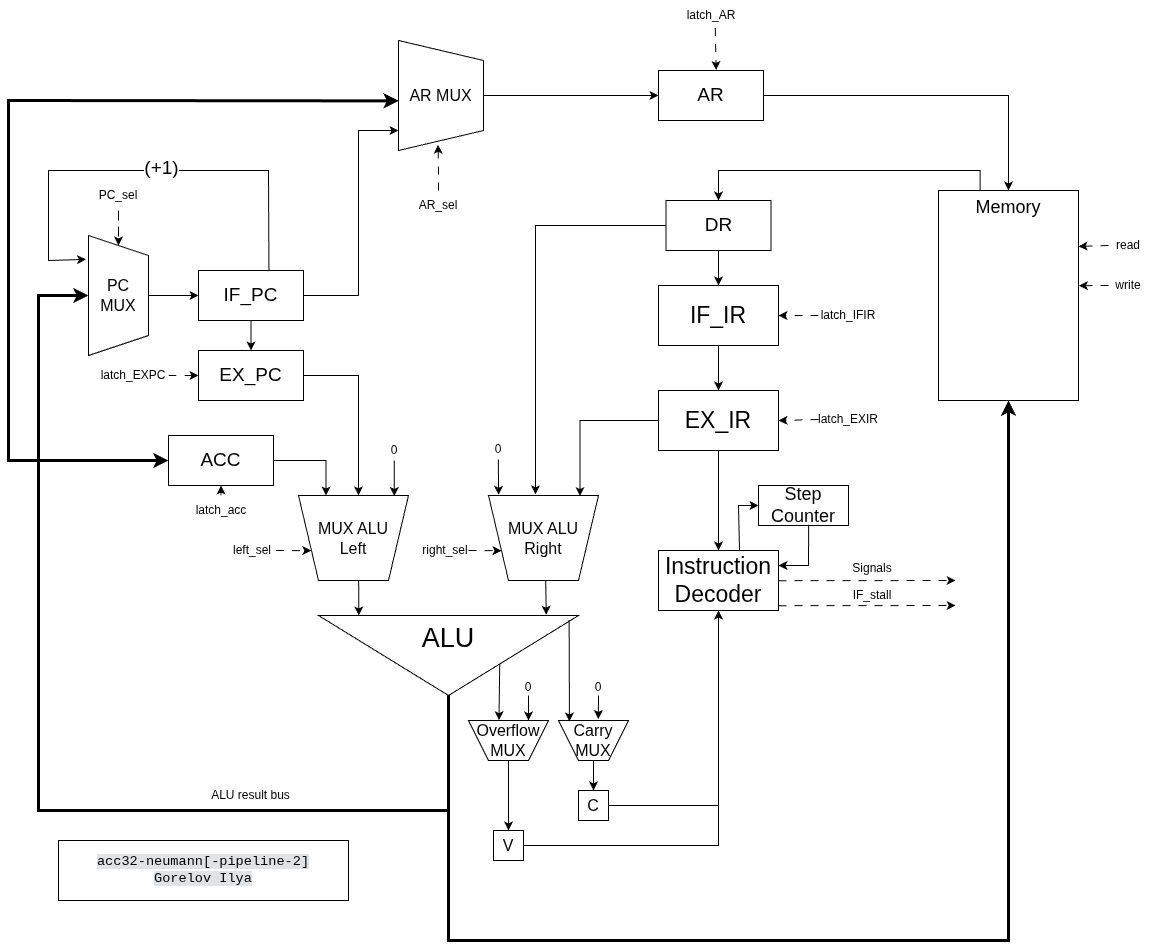
IlyaGorelov/itmo keeps this draw.io diagram as ca/3/ca_scheme.drawio.png. Above is the earlier version. Source tidied: cells renumbered, new cells last; positions are measured from the earlier drawing's top-left corner, leaving out a move shared by most shapes.
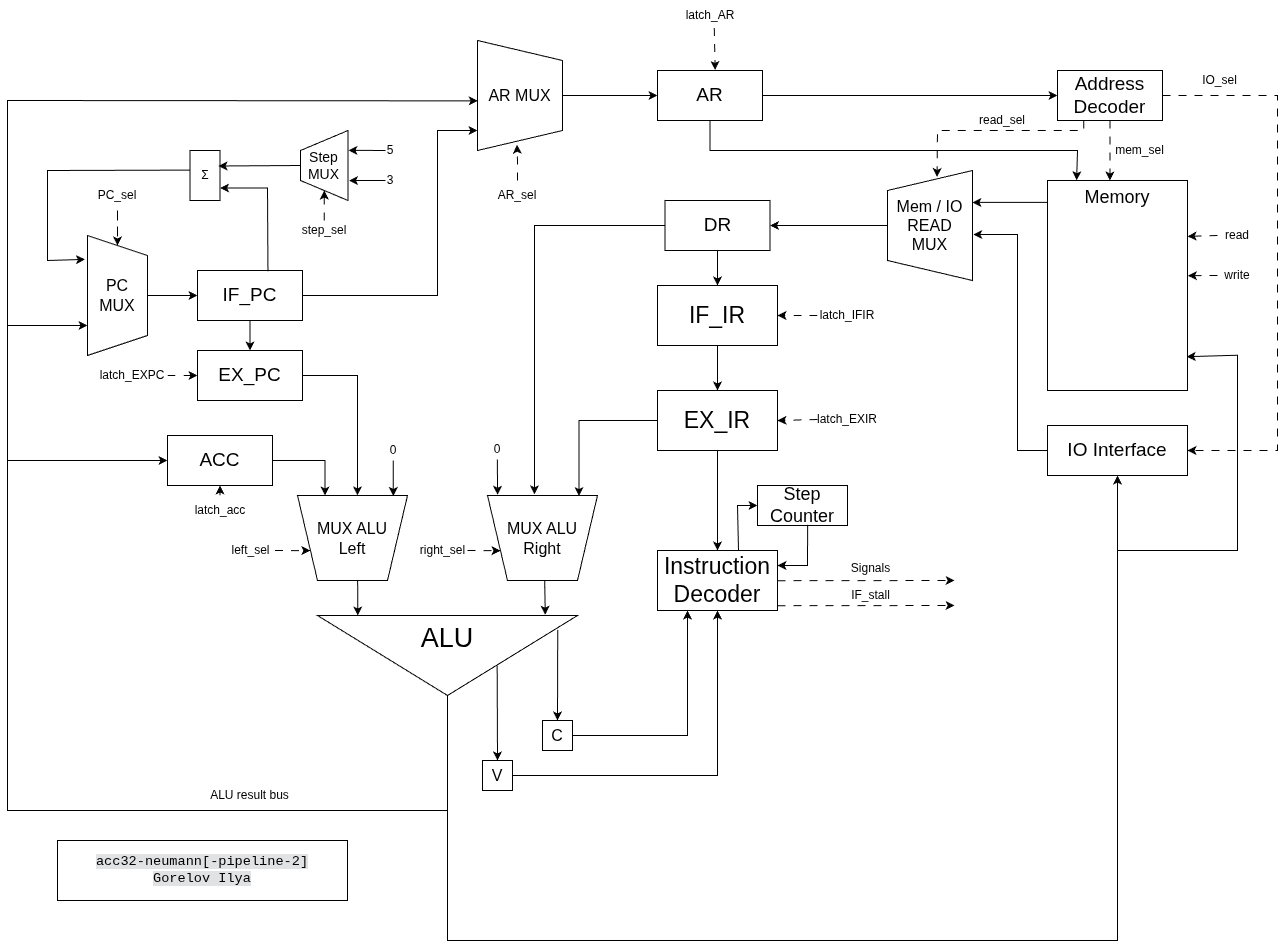
The same file after the commit.

Commit message:
ca3: scheme add Address Decoder & add PC summator

Diff of the diagram source:
```diff
@@ -7,7 +7,4 @@
     </mxCell>
-    <mxCell id="3" style="edgeStyle=orthogonalEdgeStyle;rounded=0;jettySize=auto;html=1;entryX=0.5;entryY=0;entryDx=0;entryDy=0;exitX=0.297;exitY=0.002;exitDx=0;exitDy=0;exitPerimeter=0;" parent="1" edge="1" source="4" target="5">
-      <mxGeometry x="0.54" relative="1" as="geometry" />
-    </mxCell>
     <mxCell id="4" value="Memory" style="rounded=0;whiteSpace=wrap;html=1;verticalAlign=top;fontSize=18;" parent="1" vertex="1">
-      <mxGeometry x="930" y="190" width="140" height="210" as="geometry" />
+      <mxGeometry x="1040" y="180" width="140" height="210" as="geometry" />
     </mxCell>
@@ -31,5 +28,2 @@
     </mxCell>
-    <mxCell id="11" style="edgeStyle=orthogonalEdgeStyle;rounded=0;jettySize=auto;html=1;exitX=1;exitY=0.5;exitDx=0;exitDy=0;entryX=0.5;entryY=0;entryDx=0;entryDy=0;" parent="1" edge="1" source="12" target="4">
-      <mxGeometry relative="1" as="geometry" />
-    </mxCell>
     <mxCell id="12" value="&lt;font style=&quot;font-size: 19px;&quot;&gt;AR&lt;/font&gt;" style="rounded=0;whiteSpace=wrap;html=1;direction=east;" parent="1" vertex="1">
@@ -43,6 +37,5 @@
     </mxCell>
-    <mxCell id="15" style="endArrow=classic;html=1;rounded=0;exitX=0.671;exitY=0.014;exitDx=0;exitDy=0;entryX=0.199;entryY=1.042;entryDx=0;entryDy=0;entryPerimeter=0;exitPerimeter=0;" parent="1" edge="1" source="13" target="14">
+    <mxCell id="15" style="endArrow=classic;html=1;rounded=0;exitX=0.057;exitY=0.392;exitDx=0;exitDy=0;entryX=0.199;entryY=1.042;entryDx=0;entryDy=0;entryPerimeter=0;exitPerimeter=0;" parent="1" edge="1" source="102" target="14">
       <mxGeometry x="0.05" relative="1" as="geometry">
         <Array as="points">
-          <mxPoint x="260" y="170" />
           <mxPoint x="40" y="170" />
@@ -52,7 +45,2 @@
     </mxCell>
-    <mxCell id="16" value="&lt;font style=&quot;font-size: 19px;&quot;&gt;(+1)&lt;/font&gt;" style="edgeLabel;html=1;align=center;verticalAlign=middle;" parent="15" vertex="1">
-      <mxGeometry x="0.34" y="2" relative="1" as="geometry">
-        <mxPoint x="92" y="-5" as="offset" />
-      </mxGeometry>
-    </mxCell>
     <mxCell id="17" style="endArrow=classic;html=1;rounded=0;exitX=0.5;exitY=0;exitDx=0;exitDy=0;entryX=0;entryY=0.5;entryDx=0;entryDy=0;" parent="1" edge="1" source="14" target="13">
@@ -61,3 +49,3 @@
     <mxCell id="18" value="AR MUX" style="shape=trapezoid;perimeter=trapezoidPerimeter;whiteSpace=wrap;html=1;shapeInside=1;fixedSize=1;rotation=0;horizontal=1;fontSize=16;textDirection=ltr;direction=south;" parent="1" vertex="1">
-      <mxGeometry x="390" y="40" width="85" height="110" as="geometry" />
+      <mxGeometry x="470" y="40" width="85" height="110" as="geometry" />
     </mxCell>
@@ -93,3 +81,3 @@
     <mxCell id="28" value="AR_sel" style="text;html=1;whiteSpace=wrap;strokeColor=none;fillColor=none;align=center;verticalAlign=middle;rounded=0;" parent="1" vertex="1">
-      <mxGeometry x="400" y="190" width="60" height="30" as="geometry" />
+      <mxGeometry x="480" y="180" width="60" height="30" as="geometry" />
     </mxCell>
@@ -104,4 +92,4 @@
         <Array as="points">
-          <mxPoint x="350" y="295" />
-          <mxPoint x="350" y="130" />
+          <mxPoint x="430" y="295" />
+          <mxPoint x="430" y="130" />
         </Array>
@@ -109,3 +97,3 @@
     </mxCell>
-    <mxCell id="32" style="endArrow=classic;html=1;rounded=0;entryX=0.549;entryY=0.997;entryDx=0;entryDy=0;strokeWidth=3;entryPerimeter=0;" parent="1" edge="1" target="18">
+    <mxCell id="32" style="endArrow=classic;html=1;rounded=0;entryX=0.549;entryY=0.997;entryDx=0;entryDy=0;strokeWidth=1;entryPerimeter=0;" parent="1" edge="1" target="18">
       <mxGeometry x="0.03" relative="1" as="geometry">
@@ -118,3 +106,3 @@
     </mxCell>
-    <mxCell id="33" style="endArrow=classic;html=1;rounded=0;exitX=1;exitY=0.5;exitDx=0;exitDy=0;entryX=0;entryY=0.5;entryDx=0;entryDy=0;strokeWidth=3;" parent="1" edge="1" source="2" target="20">
+    <mxCell id="33" style="endArrow=classic;html=1;rounded=0;exitX=1;exitY=0.5;exitDx=0;exitDy=0;entryX=0;entryY=0.5;entryDx=0;entryDy=0;strokeWidth=1;" parent="1" edge="1" source="2" target="20">
       <mxGeometry x="0.33" relative="1" as="geometry">
@@ -122,4 +110,4 @@
           <mxPoint x="440" y="810" />
-          <mxPoint x="30" y="810" />
-          <mxPoint x="30" y="460" />
+          <mxPoint y="810" />
+          <mxPoint y="460" />
         </Array>
@@ -135,7 +123,8 @@
     </mxCell>
-    <mxCell id="36" style="endArrow=classic;html=1;rounded=0;exitX=1;exitY=0.5;exitDx=0;exitDy=0;entryX=0.5;entryY=1;entryDx=0;entryDy=0;strokeWidth=3;" parent="1" edge="1" source="2" target="4">
-      <mxGeometry x="0.04" relative="1" as="geometry">
+    <mxCell id="36" style="endArrow=classic;html=1;rounded=0;strokeWidth=1;endSize=6;entryX=0.5;entryY=1;entryDx=0;entryDy=0;" parent="1" edge="1" target="88">
+      <mxGeometry x="0.01" relative="1" as="geometry">
+        <mxPoint x="440" y="800" as="sourcePoint" />
         <Array as="points">
           <mxPoint x="440" y="940" />
-          <mxPoint x="1000" y="940" />
+          <mxPoint x="1110" y="940" />
         </Array>
@@ -144,50 +133,16 @@
     <mxCell id="37" value="V" style="rounded=0;whiteSpace=wrap;html=1;fontSize=16;" parent="1" vertex="1">
-      <mxGeometry x="485" y="830" width="30" height="30" as="geometry" />
+      <mxGeometry x="475" y="760" width="30" height="30" as="geometry" />
     </mxCell>
-    <mxCell id="38" style="edgeStyle=orthogonalEdgeStyle;rounded=0;jettySize=auto;html=1;endArrow=none;endFill=0;" parent="1" edge="1" source="39">
-      <mxGeometry relative="1" as="geometry">
-        <mxPoint x="710" y="805" as="targetPoint" />
-      </mxGeometry>
+    <mxCell id="38" style="edgeStyle=orthogonalEdgeStyle;rounded=0;jettySize=auto;html=1;endArrow=classic;endFill=1;entryX=0.25;entryY=1;entryDx=0;entryDy=0;" parent="1" edge="1" source="39" target="57">
+      <mxGeometry x="-0.6" relative="1" as="geometry" />
     </mxCell>
     <mxCell id="39" value="C" style="rounded=0;whiteSpace=wrap;html=1;fontSize=16;" parent="1" vertex="1">
-      <mxGeometry x="570" y="790" width="30" height="30" as="geometry" />
+      <mxGeometry x="535" y="720" width="30" height="30" as="geometry" />
     </mxCell>
-    <mxCell id="40" style="edgeStyle=orthogonalEdgeStyle;rounded=0;jettySize=auto;html=1;entryX=0.5;entryY=0;entryDx=0;entryDy=0;" parent="1" edge="1" source="41" target="37">
-      <mxGeometry relative="1" as="geometry" />
-    </mxCell>
-    <mxCell id="41" value="Overflow&lt;div&gt;MUX&lt;/div&gt;" style="shape=trapezoid;perimeter=trapezoidPerimeter;whiteSpace=wrap;html=1;shapeInside=1;fixedSize=1;rotation=0;horizontal=1;fontSize=16;textDirection=ltr;direction=west;" parent="1" vertex="1">
-      <mxGeometry x="460" y="720" width="80" height="40" as="geometry" />
-    </mxCell>
-    <mxCell id="42" style="endArrow=classic;html=1;rounded=0;exitX=0.612;exitY=0.303;exitDx=0;exitDy=0;exitPerimeter=0;entryX=0.619;entryY=1.007;entryDx=0;entryDy=0;entryPerimeter=0;" parent="1" edge="1" source="2" target="41">
+    <mxCell id="42" style="endArrow=classic;html=1;rounded=0;exitX=0.627;exitY=0.309;exitDx=0;exitDy=0;exitPerimeter=0;entryX=0.5;entryY=0;entryDx=0;entryDy=0;" parent="1" edge="1" source="2" target="37">
       <mxGeometry relative="1" as="geometry" />
     </mxCell>
-    <mxCell id="43" style="endArrow=classic;html=1;rounded=0;entryX=0.25;entryY=1;entryDx=0;entryDy=0;exitX=0.5;exitY=1;exitDx=0;exitDy=0;" parent="1" edge="1" source="44" target="41">
-      <mxGeometry relative="1" as="geometry" />
-    </mxCell>
-    <mxCell id="44" value="0" style="text;html=1;whiteSpace=wrap;strokeColor=none;fillColor=none;align=center;verticalAlign=middle;rounded=0;" parent="1" vertex="1">
-      <mxGeometry x="510" y="679" width="20" height="16" as="geometry" />
-    </mxCell>
-    <mxCell id="45" style="edgeStyle=orthogonalEdgeStyle;rounded=0;jettySize=auto;html=1;entryX=0.5;entryY=0;entryDx=0;entryDy=0;" parent="1" edge="1" source="46" target="39">
-      <mxGeometry relative="1" as="geometry" />
-    </mxCell>
-    <mxCell id="46" value="Carry&lt;div&gt;MUX&lt;/div&gt;" style="shape=trapezoid;perimeter=trapezoidPerimeter;whiteSpace=wrap;html=1;shapeInside=1;fixedSize=1;rotation=0;horizontal=1;fontSize=16;textDirection=ltr;direction=west;" parent="1" vertex="1">
-      <mxGeometry x="550" y="720" width="70" height="40" as="geometry" />
-    </mxCell>
-    <mxCell id="47" style="endArrow=classic;html=1;rounded=0;exitX=0.056;exitY=0.036;exitDx=0;exitDy=0;exitPerimeter=0;entryX=0.844;entryY=0.973;entryDx=0;entryDy=0;entryPerimeter=0;" parent="1" edge="1" source="2" target="46">
+    <mxCell id="47" style="endArrow=classic;html=1;rounded=0;exitX=0.179;exitY=0.076;exitDx=0;exitDy=0;exitPerimeter=0;entryX=0.5;entryY=0;entryDx=0;entryDy=0;" parent="1" edge="1" source="2" target="39">
       <mxGeometry relative="1" as="geometry" />
     </mxCell>
-    <mxCell id="48" style="endArrow=classic;html=1;rounded=0;entryX=0.431;entryY=1.036;entryDx=0;entryDy=0;exitX=0.5;exitY=1;exitDx=0;exitDy=0;entryPerimeter=0;" parent="1" edge="1" source="49" target="46">
-      <mxGeometry relative="1" as="geometry" />
-    </mxCell>
-    <mxCell id="49" value="0" style="text;html=1;whiteSpace=wrap;strokeColor=none;fillColor=none;align=center;verticalAlign=middle;rounded=0;" parent="1" vertex="1">
-      <mxGeometry x="580" y="679" width="20" height="16" as="geometry" />
-    </mxCell>
-    <mxCell id="50" style="endArrow=classic;html=1;rounded=0;entryX=0.5;entryY=1;entryDx=0;entryDy=0;strokeWidth=3;" parent="1" edge="1" target="14">
-      <mxGeometry x="-0.11" relative="1" as="geometry">
-        <mxPoint x="30" y="500" as="sourcePoint" />
-        <Array as="points">
-          <mxPoint x="30" y="295" />
-        </Array>
-      </mxGeometry>
-    </mxCell>
     <mxCell id="51" style="endArrow=classic;html=1;rounded=0;entryX=0.5;entryY=1;entryDx=0;entryDy=0;dashed=1;dashPattern=8 8;exitX=0.5;exitY=0;exitDx=0;exitDy=0;" parent="1" edge="1" source="52" target="20">
@@ -202,3 +157,3 @@
     <mxCell id="54" value="write" style="text;html=1;whiteSpace=wrap;strokeColor=none;fillColor=none;align=center;verticalAlign=middle;rounded=0;" parent="1" vertex="1">
-      <mxGeometry x="1100" y="270" width="40" height="30" as="geometry" />
+      <mxGeometry x="1210" y="260" width="40" height="30" as="geometry" />
     </mxCell>
@@ -237,3 +192,3 @@
     <mxCell id="63" value="read" style="text;html=1;whiteSpace=wrap;strokeColor=none;fillColor=none;align=center;verticalAlign=middle;rounded=0;" parent="1" vertex="1">
-      <mxGeometry x="1100" y="230" width="40" height="30" as="geometry" />
+      <mxGeometry x="1210" y="220" width="40" height="30" as="geometry" />
     </mxCell>
@@ -288,3 +243,3 @@
         <Array as="points">
-          <mxPoint x="710" y="845" />
+          <mxPoint x="710" y="775" />
         </Array>
@@ -319,2 +274,112 @@
     </mxCell>
+    <mxCell id="86" style="edgeStyle=orthogonalEdgeStyle;rounded=0;jettySize=auto;html=1;exitX=1;exitY=0.5;exitDx=0;exitDy=0;" parent="1" edge="1" source="12" target="87">
+      <mxGeometry relative="1" as="geometry" />
+    </mxCell>
+    <mxCell id="87" value="&lt;font style=&quot;font-size: 19px;&quot;&gt;Address&lt;/font&gt;&lt;div&gt;&lt;font style=&quot;font-size: 19px;&quot;&gt;Decoder&lt;/font&gt;&lt;/div&gt;" style="rounded=0;whiteSpace=wrap;html=1;direction=east;" parent="1" vertex="1">
+      <mxGeometry x="1050" y="70" width="105" height="50" as="geometry" />
+    </mxCell>
+    <mxCell id="88" value="&lt;span style=&quot;font-size: 19px;&quot;&gt;IO&amp;nbsp;&lt;/span&gt;&lt;span style=&quot;font-size: 19px; background-color: transparent; color: light-dark(rgb(0, 0, 0), rgb(255, 255, 255));&quot;&gt;Interface&lt;/span&gt;" style="rounded=0;whiteSpace=wrap;html=1;direction=east;" parent="1" vertex="1">
+      <mxGeometry x="1040" y="425" width="140" height="50" as="geometry" />
+    </mxCell>
+    <mxCell id="89" value="Mem /&amp;nbsp;&lt;span style=&quot;background-color: transparent; color: light-dark(rgb(0, 0, 0), rgb(255, 255, 255));&quot;&gt;IO&lt;/span&gt;&lt;div&gt;READ&lt;/div&gt;&lt;div&gt;MUX&lt;/div&gt;" style="shape=trapezoid;perimeter=trapezoidPerimeter;whiteSpace=wrap;html=1;shapeInside=1;fixedSize=1;rotation=0;horizontal=1;fontSize=16;textDirection=ltr;direction=north;" parent="1" vertex="1">
+      <mxGeometry x="880" y="170" width="85" height="110" as="geometry" />
+    </mxCell>
+    <mxCell id="90" style="endArrow=classic;html=1;rounded=0;entryX=0.71;entryY=0.999;entryDx=0;entryDy=0;exitX=0;exitY=0.104;exitDx=0;exitDy=0;exitPerimeter=0;entryPerimeter=0;" parent="1" edge="1" source="4" target="89">
+      <mxGeometry relative="1" as="geometry" />
+    </mxCell>
+    <mxCell id="91" style="endArrow=classic;html=1;rounded=0;entryX=1;entryY=0.5;entryDx=0;entryDy=0;exitX=0.5;exitY=0;exitDx=0;exitDy=0;" parent="1" edge="1" source="89" target="5">
+      <mxGeometry relative="1" as="geometry" />
+    </mxCell>
+    <mxCell id="92" style="endArrow=classic;html=1;rounded=0;entryX=0.418;entryY=1.008;entryDx=0;entryDy=0;entryPerimeter=0;exitX=0;exitY=0.5;exitDx=0;exitDy=0;" parent="1" edge="1" source="88" target="89">
+      <mxGeometry relative="1" as="geometry">
+        <Array as="points">
+          <mxPoint x="1010" y="450" />
+          <mxPoint x="1010" y="234" />
+        </Array>
+      </mxGeometry>
+    </mxCell>
+    <mxCell id="93" value="read_sel" style="text;html=1;whiteSpace=wrap;strokeColor=none;fillColor=none;align=center;verticalAlign=middle;rounded=0;" parent="1" vertex="1">
+      <mxGeometry x="965" y="110" width="60" height="20" as="geometry" />
+    </mxCell>
+    <mxCell id="94" style="endArrow=classic;html=1;rounded=0;entryX=0.941;entryY=0.583;entryDx=0;entryDy=0;exitX=0.25;exitY=1;exitDx=0;exitDy=0;dashed=1;dashPattern=8 8;entryPerimeter=0;" parent="1" edge="1" source="87" target="89">
+      <mxGeometry x="0.46" relative="1" as="geometry">
+        <Array as="points">
+          <mxPoint x="1076.2" y="130" />
+          <mxPoint x="930" y="130" />
+        </Array>
+      </mxGeometry>
+    </mxCell>
+    <mxCell id="95" style="endArrow=classic;html=1;rounded=0;entryX=0.994;entryY=0.839;entryDx=0;entryDy=0;entryPerimeter=0;" parent="1" edge="1" target="4">
+      <mxGeometry x="-0.01" relative="1" as="geometry">
+        <mxPoint x="1110" y="550" as="sourcePoint" />
+        <Array as="points">
+          <mxPoint x="1230" y="550" />
+          <mxPoint x="1230" y="354.7" />
+        </Array>
+      </mxGeometry>
+    </mxCell>
+    <mxCell id="96" style="endArrow=classic;html=1;rounded=0;entryX=0.75;entryY=1;entryDx=0;entryDy=0;" parent="1" edge="1" target="14">
+      <mxGeometry relative="1" as="geometry">
+        <mxPoint y="325" as="sourcePoint" />
+      </mxGeometry>
+    </mxCell>
+    <mxCell id="11" style="endArrow=classic;html=1;rounded=0;entryX=0.208;entryY=-0.001;entryDx=0;entryDy=0;entryPerimeter=0;exitX=0.5;exitY=1;exitDx=0;exitDy=0;" parent="1" edge="1" source="12" target="4">
+      <mxGeometry relative="1" as="geometry">
+        <Array as="points">
+          <mxPoint x="702.5" y="150" />
+          <mxPoint x="1070" y="150" />
+        </Array>
+      </mxGeometry>
+    </mxCell>
+    <mxCell id="97" style="edgeStyle=orthogonalEdgeStyle;rounded=0;jettySize=auto;html=1;entryX=0.446;entryY=0;entryDx=0;entryDy=0;entryPerimeter=0;dashed=1;dashPattern=8 8;" parent="1" edge="1" source="87" target="4">
+      <mxGeometry relative="1" as="geometry" />
+    </mxCell>
+    <mxCell id="98" value="mem_sel" style="text;html=1;whiteSpace=wrap;strokeColor=none;fillColor=none;align=center;verticalAlign=middle;rounded=0;" parent="1" vertex="1">
+      <mxGeometry x="1110" y="140" width="45" height="20" as="geometry" />
+    </mxCell>
+    <mxCell id="99" style="endArrow=classic;html=1;rounded=0;exitX=1;exitY=0.5;exitDx=0;exitDy=0;entryX=1;entryY=0.5;entryDx=0;entryDy=0;dashed=1;dashPattern=8 8;" parent="1" edge="1" source="87" target="88">
+      <mxGeometry relative="1" as="geometry">
+        <Array as="points">
+          <mxPoint x="1270" y="95" />
+          <mxPoint x="1270" y="450" />
+        </Array>
+      </mxGeometry>
+    </mxCell>
+    <mxCell id="100" value="IO_sel" style="text;html=1;whiteSpace=wrap;strokeColor=none;fillColor=none;align=center;verticalAlign=middle;rounded=0;" parent="1" vertex="1">
+      <mxGeometry x="1190" y="70" width="45" height="20" as="geometry" />
+    </mxCell>
+    <mxCell id="101" style="endArrow=classic;html=1;rounded=0;exitX=0.671;exitY=0.014;exitDx=0;exitDy=0;entryX=1;entryY=0.75;entryDx=0;entryDy=0;exitPerimeter=0;" parent="1" edge="1" source="13" target="102">
+      <mxGeometry x="0.22" relative="1" as="geometry">
+        <Array as="points">
+          <mxPoint x="260" y="187.5" />
+        </Array>
+      </mxGeometry>
+    </mxCell>
+    <mxCell id="102" value="Σ" style="rounded=0;whiteSpace=wrap;html=1;" parent="1" vertex="1">
+      <mxGeometry x="182.5" y="150" width="30" height="50" as="geometry" />
+    </mxCell>
+    <mxCell id="103" value="Step&lt;br&gt;&lt;div&gt;MUX&lt;/div&gt;" style="shape=trapezoid;perimeter=trapezoidPerimeter;whiteSpace=wrap;html=1;shapeInside=1;fixedSize=1;rotation=0;horizontal=1;fontSize=14;textDirection=ltr;direction=north;" parent="1" vertex="1">
+      <mxGeometry x="293" y="130" width="47.5" height="70" as="geometry" />
+    </mxCell>
+    <mxCell id="104" style="endArrow=classic;html=1;rounded=0;exitX=0.5;exitY=0;exitDx=0;exitDy=0;entryX=0.95;entryY=0.31;entryDx=0;entryDy=0;entryPerimeter=0;" parent="1" edge="1" source="103" target="102">
+      <mxGeometry relative="1" as="geometry" />
+    </mxCell>
+    <mxCell id="105" style="endArrow=classic;html=1;rounded=0;entryX=0.717;entryY=1.01;entryDx=0;entryDy=0;entryPerimeter=0;exitX=0;exitY=0.5;exitDx=0;exitDy=0;" parent="1" edge="1" source="106" target="103">
+      <mxGeometry relative="1" as="geometry" />
+    </mxCell>
+    <mxCell id="106" value="5" style="text;html=1;whiteSpace=wrap;strokeColor=none;fillColor=none;align=center;verticalAlign=middle;rounded=0;" parent="1" vertex="1">
+      <mxGeometry x="378" y="140" width="10" height="20" as="geometry" />
+    </mxCell>
+    <mxCell id="107" style="endArrow=classic;html=1;rounded=0;entryX=0.285;entryY=1.021;entryDx=0;entryDy=0;entryPerimeter=0;exitX=0;exitY=0.5;exitDx=0;exitDy=0;" parent="1" edge="1" source="108" target="103">
+      <mxGeometry relative="1" as="geometry" />
+    </mxCell>
+    <mxCell id="108" value="3" style="text;html=1;whiteSpace=wrap;strokeColor=none;fillColor=none;align=center;verticalAlign=middle;rounded=0;" parent="1" vertex="1">
+      <mxGeometry x="378" y="170" width="10" height="20" as="geometry" />
+    </mxCell>
+    <mxCell id="109" style="edgeStyle=orthogonalEdgeStyle;rounded=0;jettySize=auto;html=1;dashed=1;dashPattern=8 8;" parent="1" edge="1" source="110" target="103">
+      <mxGeometry relative="1" as="geometry" />
+    </mxCell>
+    <mxCell id="110" value="step_sel" style="text;html=1;whiteSpace=wrap;strokeColor=none;fillColor=none;align=center;verticalAlign=middle;rounded=0;" parent="1" vertex="1">
+      <mxGeometry x="286.8" y="220" width="60" height="20" as="geometry" />
+    </mxCell>
   </root>
```
